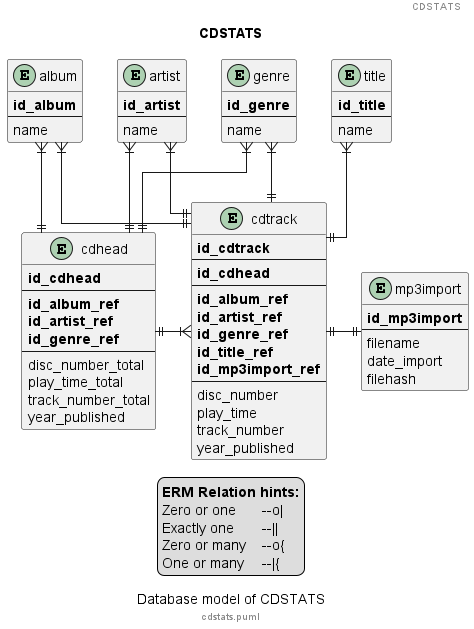
Before: images/cdstats.png, a diagram exported from PlantUML (ThirtySomething/ID3Stats).
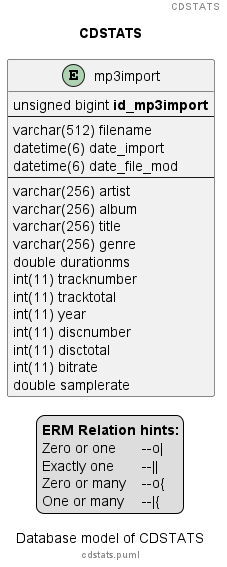
The same diagram one commit later.

Change to the diagram source:
```diff
@@ -11,81 +11,25 @@
 skinparam linetype ortho
 
 entity mp3import {
-    **id_mp3import**
+    unsigned bigint **id_mp3import**
     --
-    filename
-    date_import
-    filehash
+    varchar(512) filename
+    datetime(6) date_import
+    datetime(6) date_file_mod
+    ---
+    varchar(256) artist
+    varchar(256) album
+    varchar(256) title
+    varchar(256) genre
+    double durationms
+    int(11) tracknumber
+    int(11) tracktotal
+    int(11) year
+    int(11) discnumber
+    int(11) disctotal
+    int(11) bitrate
+    double samplerate
 }
-
-entity album {
-    **id_album**
-    --
-    name
-}
-
-entity artist {
-    **id_artist**
-    --
-    name
-}
-
-entity genre {
-    **id_genre**
-    --
-    name
-}
-
-entity title {
-    **id_title**
-    --
-    name
-}
-
-entity cdhead {
-    **id_cdhead**
-    --
-    **id_album_ref**
-    **id_artist_ref**
-    **id_genre_ref**
-    --
-    disc_number_total
-    play_time_total
-    track_number_total
-    year_published
-}
-
-entity cdtrack {
-    **id_cdtrack**
-    --
-    **id_cdhead**
-    --
-    **id_album_ref**
-    **id_artist_ref**
-    **id_genre_ref**
-    **id_title_ref**
-    **id_mp3import_ref**
-    --
-    disc_number
-    play_time
-    track_number
-    year_published
-}
-
-cdhead ||--u|{ album
-cdhead ||--u|{ artist
-cdhead ||--r|{ cdtrack
-cdhead ||--u|{ genre
-
-cdtrack ||--u|{ album
-cdtrack ||--u|{ artist
-cdtrack ||--u|{ genre
-cdtrack ||--u|{ title
-cdtrack ||--r|| mp3import
-
-album -[hidden]r-> artist
-artist -[hidden]r-> genre
-genre -[hidden]r-> title
 
 legend
 **ERM Relation hints:**
```
